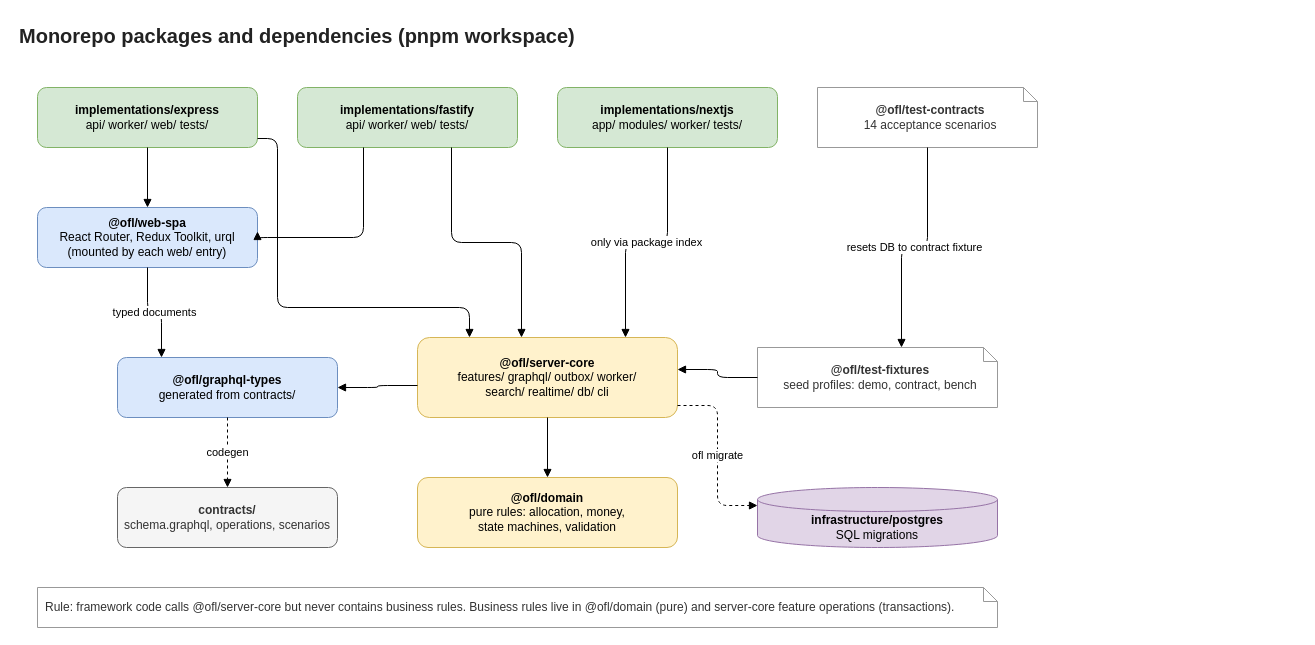
The draw.io diagram architecture/diagrams/02-monorepo-packages.drawio in mhshohel/backend_code_check, before the edit. Source tidied: cells renumbered, new cells numbered last; positions are measured from the earlier drawing's top-left corner, leaving out a move shared by most shapes. Both pictures are drawn from the tidied source at 100%, with x=0, y=0 at pixel (17, 17).
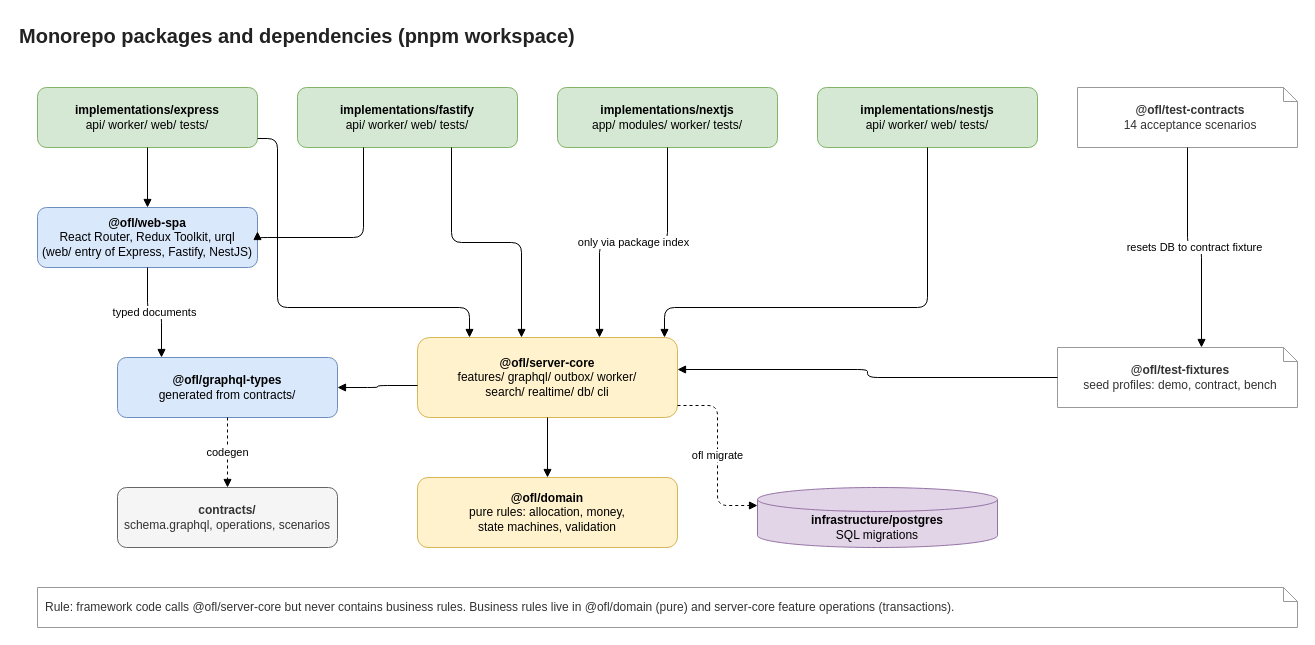
The same diagram, later.

Unchanged cells that the change refers to:
```xml
<mxCell id="3" value="&lt;b&gt;implementations/express&lt;/b&gt;&lt;br&gt;api/ worker/ web/ tests/" style="rounded=1;whiteSpace=wrap;html=1;fillColor=#d5e8d4;strokeColor=#82b366;" parent="1" vertex="1">
  <mxGeometry x="20" y="70" width="220" height="60" as="geometry" />
</mxCell>
<mxCell id="4" value="&lt;b&gt;implementations/fastify&lt;/b&gt;&lt;br&gt;api/ worker/ web/ tests/" style="rounded=1;whiteSpace=wrap;html=1;fillColor=#d5e8d4;strokeColor=#82b366;" parent="1" vertex="1">
  <mxGeometry x="280" y="70" width="220" height="60" as="geometry" />
</mxCell>
<mxCell id="5" value="&lt;b&gt;implementations/nextjs&lt;/b&gt;&lt;br&gt;app/ modules/ worker/ tests/" style="rounded=1;whiteSpace=wrap;html=1;fillColor=#d5e8d4;strokeColor=#82b366;" parent="1" vertex="1">
  <mxGeometry x="540" y="70" width="220" height="60" as="geometry" />
</mxCell>
```

Change to the diagram source:
```diff
@@
-    <mxCell id="6" value="&lt;b&gt;@ofl/web-spa&lt;/b&gt;&lt;br&gt;React Router, Redux Toolkit, urql&lt;br&gt;(mounted by each web/ entry)" style="rounded=1;whiteSpace=wrap;html=1;fillColor=#dae8fc;strokeColor=#6c8ebf;" parent="1" vertex="1">
+    <mxCell id="6" value="&lt;b&gt;@ofl/web-spa&lt;/b&gt;&lt;br&gt;React Router, Redux Toolkit, urql&lt;br&gt;(web/ entry of Express, Fastify, NestJS)" style="rounded=1;whiteSpace=wrap;html=1;fillColor=#dae8fc;strokeColor=#6c8ebf;" parent="1" vertex="1">
       <mxGeometry x="20" y="190" width="220" height="60" as="geometry" />
     </mxCell>
-    <mxCell id="7" value="&lt;b&gt;@ofl/test-contracts&lt;/b&gt;&lt;br&gt;14 acceptance scenarios" style="shape=note;whiteSpace=wrap;html=1;size=14;fillColor=#ffffff;strokeColor=#999999;fontColor=#333333;spacingLeft=6;" parent="1" vertex="1">
+    <mxCell id="7" value="&lt;b&gt;implementations/nestjs&lt;/b&gt;&lt;br&gt;api/ worker/ web/ tests/" style="rounded=1;whiteSpace=wrap;html=1;fillColor=#d5e8d4;strokeColor=#82b366;" parent="1" vertex="1">
       <mxGeometry x="800" y="70" width="220" height="60" as="geometry" />
     </mxCell>
-    <mxCell id="8" value="&lt;b&gt;@ofl/server-core&lt;/b&gt;&lt;br&gt;features/ graphql/ outbox/ worker/&lt;br&gt;search/ realtime/ db/ cli" style="rounded=1;whiteSpace=wrap;html=1;fillColor=#fff2cc;strokeColor=#d6b656;" parent="1" vertex="1">
-      <mxGeometry x="400" y="320" width="260" height="80" as="geometry" />
+    <mxCell id="8" value="&lt;b&gt;@ofl/test-contracts&lt;/b&gt;&lt;br&gt;14 acceptance scenarios" style="shape=note;whiteSpace=wrap;html=1;size=14;fillColor=#ffffff;strokeColor=#999999;fontColor=#333333;spacingLeft=6;" parent="1" vertex="1">
+      <mxGeometry x="1060" y="70" width="220" height="60" as="geometry" />
     </mxCell>
-    <mxCell id="9" value="&lt;b&gt;@ofl/graphql-types&lt;/b&gt;&lt;br&gt;generated from contracts/" style="rounded=1;whiteSpace=wrap;html=1;fillColor=#dae8fc;strokeColor=#6c8ebf;" parent="1" vertex="1">
-      <mxGeometry x="100" y="340" width="220" height="60" as="geometry" />
+    <mxCell id="9" value="&lt;b&gt;@ofl/server-core&lt;/b&gt;&lt;br&gt;features/ graphql/ outbox/ worker/&lt;br&gt;search/ realtime/ db/ cli" style="rounded=1;whiteSpace=wrap;html=1;fillColor=#fff2cc;strokeColor=#d6b656;" parent="1" vertex="1">
+      <mxGeometry x="400" y="320" width="260" height="80" as="geometry" />
     </mxCell>
-    <mxCell id="10" value="&lt;b&gt;@ofl/domain&lt;/b&gt;&lt;br&gt;pure rules: allocation, money,&lt;br&gt;state machines, validation" style="rounded=1;whiteSpace=wrap;html=1;fillColor=#fff2cc;strokeColor=#d6b656;" parent="1" vertex="1">
-      <mxGeometry x="400" y="460" width="260" height="70" as="geometry" />
+    <mxCell id="10" value="&lt;b&gt;@ofl/graphql-types&lt;/b&gt;&lt;br&gt;generated from contracts/" style="rounded=1;whiteSpace=wrap;html=1;fillColor=#dae8fc;strokeColor=#6c8ebf;" parent="1" vertex="1">
+      <mxGeometry x="100" y="340" width="220" height="60" as="geometry" />
     </mxCell>
-    <mxCell id="11" value="&lt;b&gt;@ofl/test-fixtures&lt;/b&gt;&lt;br&gt;seed profiles: demo, contract, bench" style="shape=note;whiteSpace=wrap;html=1;size=14;fillColor=#ffffff;strokeColor=#999999;fontColor=#333333;spacingLeft=6;" parent="1" vertex="1">
-      <mxGeometry x="740" y="330" width="240" height="60" as="geometry" />
+    <mxCell id="11" value="&lt;b&gt;@ofl/domain&lt;/b&gt;&lt;br&gt;pure rules: allocation, money,&lt;br&gt;state machines, validation" style="rounded=1;whiteSpace=wrap;html=1;fillColor=#fff2cc;strokeColor=#d6b656;" parent="1" vertex="1">
+      <mxGeometry x="400" y="460" width="260" height="70" as="geometry" />
     </mxCell>
-    <mxCell id="12" value="&lt;b&gt;contracts/&lt;/b&gt;&lt;br&gt;schema.graphql, operations, scenarios" style="rounded=1;whiteSpace=wrap;html=1;fillColor=#f5f5f5;strokeColor=#666666;fontColor=#333333;" parent="1" vertex="1">
-      <mxGeometry x="100" y="470" width="220" height="60" as="geometry" />
+    <mxCell id="12" value="&lt;b&gt;@ofl/test-fixtures&lt;/b&gt;&lt;br&gt;seed profiles: demo, contract, bench" style="shape=note;whiteSpace=wrap;html=1;size=14;fillColor=#ffffff;strokeColor=#999999;fontColor=#333333;spacingLeft=6;" parent="1" vertex="1">
+      <mxGeometry x="1040" y="330" width="240" height="60" as="geometry" />
     </mxCell>
-    <mxCell id="13" value="&lt;b&gt;infrastructure/postgres&lt;/b&gt;&lt;br&gt;SQL migrations" style="shape=cylinder3;whiteSpace=wrap;html=1;boundedLbl=1;backgroundOutline=1;size=12;fillColor=#e1d5e7;strokeColor=#9673a6;" parent="1" vertex="1">
-      <mxGeometry x="740" y="470" width="240" height="60" as="geometry" />
+    <mxCell id="13" value="&lt;b&gt;contracts/&lt;/b&gt;&lt;br&gt;schema.graphql, operations, scenarios" style="rounded=1;whiteSpace=wrap;html=1;fillColor=#f5f5f5;strokeColor=#666666;fontColor=#333333;" parent="1" vertex="1">
+      <mxGeometry x="100" y="470" width="220" height="60" as="geometry" />
     </mxCell>
-    <mxCell id="14" style="edgeStyle=orthogonalEdgeStyle;rounded=1;html=1;jettySize=auto;endArrow=block;endFill=1;fontSize=11;labelBackgroundColor=#ffffff;exitX=0.5;exitY=1;entryX=0.5;entryY=0;" parent="1" edge="1" source="3" target="6">
-      <mxGeometry relative="1" as="geometry" />
-    </mxCell>
+    <mxCell id="27" value="&lt;b&gt;infrastructure/postgres&lt;/b&gt;&lt;br&gt;SQL migrations" style="shape=cylinder3;whiteSpace=wrap;html=1;boundedLbl=1;backgroundOutline=1;size=12;fillColor=#e1d5e7;strokeColor=#9673a6;" parent="1" vertex="1">
+      <mxGeometry x="740" y="470" width="240" height="60" as="geometry" />
+    </mxCell>
-    <mxCell id="15" style="edgeStyle=orthogonalEdgeStyle;rounded=1;html=1;jettySize=auto;endArrow=block;endFill=1;fontSize=11;labelBackgroundColor=#ffffff;exitX=0.3;exitY=1;entryX=1;entryY=0.4;" parent="1" edge="1" source="4" target="6">
-      <mxGeometry relative="1" as="geometry">
-        <Array as="points">
-          <mxPoint x="346" y="220" />
-        </Array>
-      </mxGeometry>
+    <mxCell id="15" style="edgeStyle=orthogonalEdgeStyle;rounded=1;html=1;jettySize=auto;endArrow=block;endFill=1;fontSize=11;labelBackgroundColor=#ffffff;exitX=0.5;exitY=1;entryX=0.5;entryY=0;" parent="1" edge="1" source="3" target="6">
+      <mxGeometry relative="1" as="geometry" />
     </mxCell>
-    <mxCell id="16" style="edgeStyle=orthogonalEdgeStyle;rounded=1;html=1;jettySize=auto;endArrow=block;endFill=1;fontSize=11;labelBackgroundColor=#ffffff;exitX=1;exitY=0.85;entryX=0.2;entryY=0;" parent="1" edge="1" source="3" target="8">
+    <mxCell id="16" style="edgeStyle=orthogonalEdgeStyle;rounded=1;html=1;jettySize=auto;endArrow=block;endFill=1;fontSize=11;labelBackgroundColor=#ffffff;exitX=0.3;exitY=1;entryX=1;entryY=0.4;" parent="1" edge="1" source="4" target="6">
       <mxGeometry relative="1" as="geometry">
         <Array as="points">
-          <mxPoint x="260" y="121" />
-          <mxPoint x="260" y="290" />
-          <mxPoint x="452" y="290" />
+          <mxPoint x="346" y="220" />
         </Array>
       </mxGeometry>
     </mxCell>
-    <mxCell id="17" style="edgeStyle=orthogonalEdgeStyle;rounded=1;html=1;jettySize=auto;endArrow=block;endFill=1;fontSize=11;labelBackgroundColor=#ffffff;exitX=0.7;exitY=1;entryX=0.4;entryY=0;" parent="1" edge="1" source="4" target="8">
-      <mxGeometry relative="1" as="geometry" />
+    <mxCell id="17" style="edgeStyle=orthogonalEdgeStyle;rounded=1;html=1;jettySize=auto;endArrow=block;endFill=1;fontSize=11;labelBackgroundColor=#ffffff;exitX=1;exitY=0.85;entryX=0.2;entryY=0;" parent="1" edge="1" source="3" target="9">
+      <mxGeometry relative="1" as="geometry">
+        <Array as="points">
+          <mxPoint x="260" y="121" />
+          <mxPoint x="260" y="290" />
+          <mxPoint x="452" y="290" />
+        </Array>
+      </mxGeometry>
     </mxCell>
-    <mxCell id="18" value="only via package index" style="edgeStyle=orthogonalEdgeStyle;rounded=1;html=1;jettySize=auto;endArrow=block;endFill=1;fontSize=11;labelBackgroundColor=#ffffff;exitX=0.5;exitY=1;entryX=0.8;entryY=0;" parent="1" edge="1" source="5" target="8">
+    <mxCell id="18" style="edgeStyle=orthogonalEdgeStyle;rounded=1;html=1;jettySize=auto;endArrow=block;endFill=1;fontSize=11;labelBackgroundColor=#ffffff;exitX=0.7;exitY=1;entryX=0.4;entryY=0;" parent="1" edge="1" source="4" target="9">
       <mxGeometry relative="1" as="geometry" />
     </mxCell>
-    <mxCell id="19" value="typed documents" style="edgeStyle=orthogonalEdgeStyle;rounded=1;html=1;jettySize=auto;endArrow=block;endFill=1;fontSize=11;labelBackgroundColor=#ffffff;exitX=0.5;exitY=1;entryX=0.2;entryY=0;" parent="1" edge="1" source="6" target="9">
+    <mxCell id="19" value="only via package index" style="edgeStyle=orthogonalEdgeStyle;rounded=1;html=1;jettySize=auto;endArrow=block;endFill=1;fontSize=11;labelBackgroundColor=#ffffff;exitX=0.5;exitY=1;entryX=0.7;entryY=0;" parent="1" edge="1" source="5" target="9">
       <mxGeometry relative="1" as="geometry" />
     </mxCell>
-    <mxCell id="20" style="edgeStyle=orthogonalEdgeStyle;rounded=1;html=1;jettySize=auto;endArrow=block;endFill=1;fontSize=11;labelBackgroundColor=#ffffff;" parent="1" edge="1" source="8" target="10">
-      <mxGeometry relative="1" as="geometry" />
+    <mxCell id="20" style="edgeStyle=orthogonalEdgeStyle;rounded=1;html=1;jettySize=auto;endArrow=block;endFill=1;fontSize=11;labelBackgroundColor=#ffffff;exitX=0.5;exitY=1;entryX=0.95;entryY=0;" parent="1" edge="1" source="7" target="9">
+      <mxGeometry relative="1" as="geometry">
+        <Array as="points">
+          <mxPoint x="910" y="290" />
+          <mxPoint x="647" y="290" />
+        </Array>
+      </mxGeometry>
     </mxCell>
-    <mxCell id="21" style="edgeStyle=orthogonalEdgeStyle;rounded=1;html=1;jettySize=auto;endArrow=block;endFill=1;fontSize=11;labelBackgroundColor=#ffffff;exitX=0;exitY=0.6;entryX=1;entryY=0.5;" parent="1" edge="1" source="8" target="9">
+    <mxCell id="21" value="typed documents" style="edgeStyle=orthogonalEdgeStyle;rounded=1;html=1;jettySize=auto;endArrow=block;endFill=1;fontSize=11;labelBackgroundColor=#ffffff;exitX=0.5;exitY=1;entryX=0.2;entryY=0;" parent="1" edge="1" source="6" target="10">
       <mxGeometry relative="1" as="geometry" />
     </mxCell>
-    <mxCell id="22" value="codegen" style="edgeStyle=orthogonalEdgeStyle;rounded=1;html=1;jettySize=auto;endArrow=block;endFill=1;fontSize=11;labelBackgroundColor=#ffffff;dashed=1;" parent="1" edge="1" source="9" target="12">
+    <mxCell id="22" style="edgeStyle=orthogonalEdgeStyle;rounded=1;html=1;jettySize=auto;endArrow=block;endFill=1;fontSize=11;labelBackgroundColor=#ffffff;" parent="1" edge="1" source="9" target="11">
       <mxGeometry relative="1" as="geometry" />
     </mxCell>
-    <mxCell id="23" value="ofl migrate" style="edgeStyle=orthogonalEdgeStyle;rounded=1;html=1;jettySize=auto;endArrow=block;endFill=1;fontSize=11;labelBackgroundColor=#ffffff;dashed=1;exitX=1;exitY=0.85;entryX=0;entryY=0.3;" parent="1" edge="1" source="8" target="13">
+    <mxCell id="23" style="edgeStyle=orthogonalEdgeStyle;rounded=1;html=1;jettySize=auto;endArrow=block;endFill=1;fontSize=11;labelBackgroundColor=#ffffff;exitX=0;exitY=0.6;entryX=1;entryY=0.5;" parent="1" edge="1" source="9" target="10">
       <mxGeometry relative="1" as="geometry" />
     </mxCell>
-    <mxCell id="24" style="edgeStyle=orthogonalEdgeStyle;rounded=1;html=1;jettySize=auto;endArrow=block;endFill=1;fontSize=11;labelBackgroundColor=#ffffff;exitX=0;exitY=0.5;entryX=1;entryY=0.4;" parent="1" edge="1" source="11" target="8">
+    <mxCell id="24" value="codegen" style="edgeStyle=orthogonalEdgeStyle;rounded=1;html=1;jettySize=auto;endArrow=block;endFill=1;fontSize=11;labelBackgroundColor=#ffffff;dashed=1;" parent="1" edge="1" source="10" target="13">
       <mxGeometry relative="1" as="geometry" />
     </mxCell>
-    <mxCell id="25" value="resets DB to contract fixture" style="edgeStyle=orthogonalEdgeStyle;rounded=1;html=1;jettySize=auto;endArrow=block;endFill=1;fontSize=11;labelBackgroundColor=#ffffff;exitX=0.5;exitY=1;entryX=0.6;entryY=0;" parent="1" edge="1" source="7" target="11">
+    <mxCell id="25" value="ofl migrate" style="edgeStyle=orthogonalEdgeStyle;rounded=1;html=1;jettySize=auto;endArrow=block;endFill=1;fontSize=11;labelBackgroundColor=#ffffff;dashed=1;exitX=1;exitY=0.85;entryX=0;entryY=0.3;" parent="1" edge="1" source="9" target="27">
       <mxGeometry relative="1" as="geometry" />
     </mxCell>
+    <mxCell id="28" style="edgeStyle=orthogonalEdgeStyle;rounded=1;html=1;jettySize=auto;endArrow=block;endFill=1;fontSize=11;labelBackgroundColor=#ffffff;exitX=0;exitY=0.5;entryX=1;entryY=0.4;" parent="1" edge="1" source="12" target="9">
+      <mxGeometry relative="1" as="geometry" />
+    </mxCell>
+    <mxCell id="29" value="resets DB to contract fixture" style="edgeStyle=orthogonalEdgeStyle;rounded=1;html=1;jettySize=auto;endArrow=block;endFill=1;fontSize=11;labelBackgroundColor=#ffffff;exitX=0.5;exitY=1;entryX=0.6;entryY=0;" parent="1" edge="1" source="8" target="12">
+      <mxGeometry relative="1" as="geometry" />
+    </mxCell>
     <mxCell id="26" value="Rule: framework code calls @ofl/server-core but never contains business rules. Business rules live in @ofl/domain (pure) and server-core feature operations (transactions)." style="shape=note;whiteSpace=wrap;html=1;size=14;fillColor=#ffffff;strokeColor=#999999;fontColor=#333333;align=left;spacingLeft=6;" parent="1" vertex="1">
-      <mxGeometry x="20" y="570" width="960" height="40" as="geometry" />
+      <mxGeometry x="20" y="570" width="1260" height="40" as="geometry" />
     </mxCell>
```
